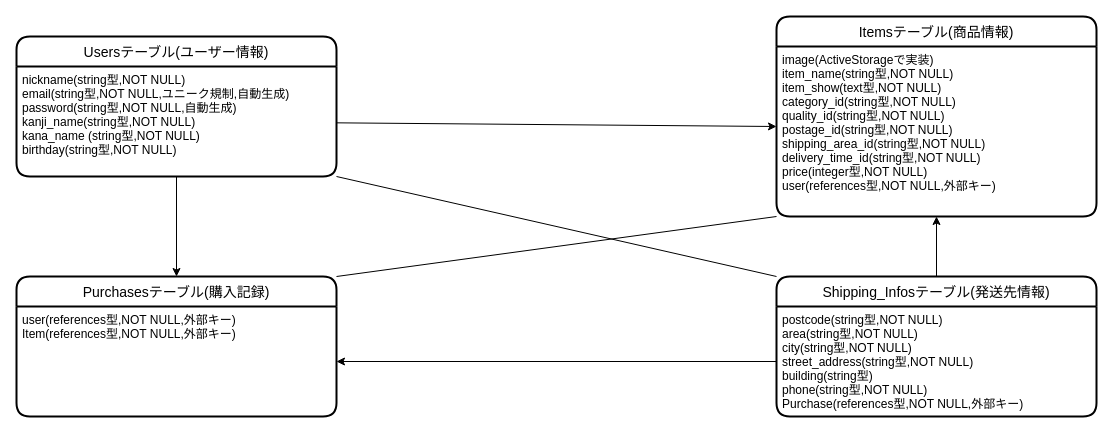
Before: furima-40151.dio in flcamp0217/furima-40151, a draw.io diagram. Source tidied: cells renumbered, new cells numbered last; positions are measured from the earlier drawing's top-left corner, leaving out a move shared by most shapes. Both pictures are drawn from the tidied source at 100%, with x=0, y=0 at pixel (16, 16).
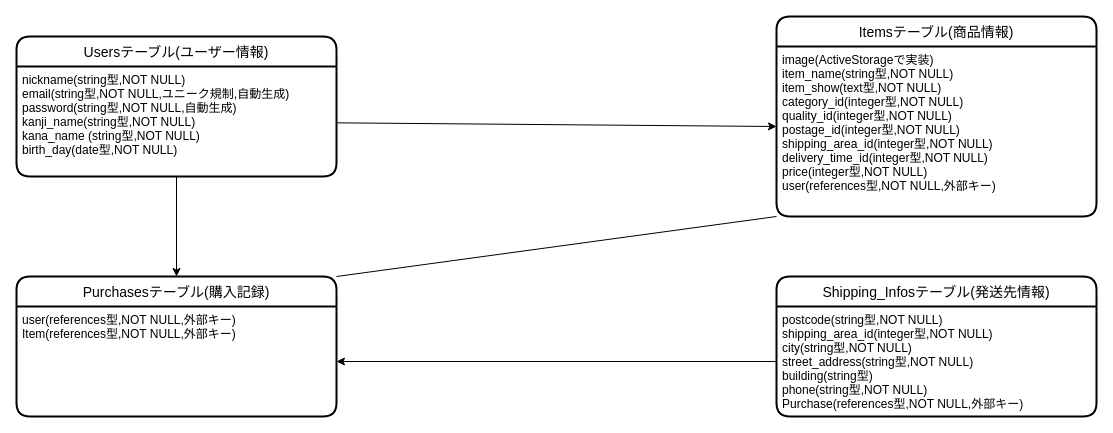
Above is the later version.

Diff of the diagram source:
```diff
@@
 <mxGraphModel>
   <root>
     <mxCell id="0" />
     <mxCell id="1" parent="0" />
     <mxCell id="2" value="Usersテーブル(ユーザー情報)" style="swimlane;horizontal=1;startSize=30;rounded=1;fontSize=14;fontStyle=0;strokeWidth=2;shadow=0;dashed=0;align=center;" parent="1" vertex="1">
       <mxGeometry y="20" width="320" height="140" as="geometry" />
     </mxCell>
-    <mxCell id="3" value="nickname(string型,NOT NULL)&#10;email(string型,NOT NULL,ユニーク規制,自動生成)&#10;password(string型,NOT NULL,自動生成)&#10;kanji_name(string型,NOT NULL)&#10;kana_name (string型,NOT NULL)&#10;birthday(string型,NOT NULL)" style="align=left;strokeColor=none;fillColor=none;spacingLeft=4;fontSize=12;verticalAlign=top;" parent="2" vertex="1">
+    <mxCell id="3" value="nickname(string型,NOT NULL)&#10;email(string型,NOT NULL,ユニーク規制,自動生成)&#10;password(string型,NOT NULL,自動生成)&#10;kanji_name(string型,NOT NULL)&#10;kana_name (string型,NOT NULL)&#10;birth_day(date型,NOT NULL)" style="align=left;strokeColor=none;fillColor=none;spacingLeft=4;fontSize=12;verticalAlign=top;" parent="2" vertex="1">
       <mxGeometry y="30" width="320" height="110" as="geometry" />
     </mxCell>
     <mxCell id="4" value="Itemsテーブル(商品情報)" style="swimlane;horizontal=1;startSize=30;rounded=1;fontSize=14;fontStyle=0;strokeWidth=2;shadow=0;dashed=0;align=center;" parent="1" vertex="1">
       <mxGeometry x="760" width="320" height="200" as="geometry" />
     </mxCell>
-    <mxCell id="5" value="image(ActiveStorageで実装)&#10;item_name(string型,NOT NULL)&#10;item_show(text型,NOT NULL)&#10;category_id(string型,NOT NULL)&#10;quality_id(string型,NOT NULL)&#10;postage_id(string型,NOT NULL)&#10;shipping_area_id(string型,NOT NULL)&#10;delivery_time_id(string型,NOT NULL)&#10;price(integer型,NOT NULL)&#10;user(references型,NOT NULL,外部キー)" style="align=left;strokeColor=none;fillColor=none;spacingLeft=4;fontSize=12;verticalAlign=top;" parent="4" vertex="1">
+    <mxCell id="5" value="image(ActiveStorageで実装)&#10;item_name(string型,NOT NULL)&#10;item_show(text型,NOT NULL)&#10;category_id(integer型,NOT NULL)&#10;quality_id(integer型,NOT NULL)&#10;postage_id(integer型,NOT NULL)&#10;shipping_area_id(integer型,NOT NULL)&#10;delivery_time_id(integer型,NOT NULL)&#10;price(integer型,NOT NULL)&#10;user(references型,NOT NULL,外部キー)" style="align=left;strokeColor=none;fillColor=none;spacingLeft=4;fontSize=12;verticalAlign=top;" parent="4" vertex="1">
       <mxGeometry y="30" width="320" height="170" as="geometry" />
     </mxCell>
     <mxCell id="6" value="Purchasesテーブル(購入記録)" style="swimlane;horizontal=1;startSize=30;rounded=1;fontSize=14;fontStyle=0;strokeWidth=2;shadow=0;dashed=0;align=center;" parent="1" vertex="1">
       <mxGeometry y="260" width="320" height="140" as="geometry" />
     </mxCell>
     <mxCell id="7" value="user(references型,NOT NULL,外部キー)&#10;Item(references型,NOT NULL,外部キー)" style="align=left;strokeColor=none;fillColor=none;spacingLeft=4;fontSize=12;verticalAlign=top;" parent="6" vertex="1">
       <mxGeometry y="30" width="320" height="110" as="geometry" />
     </mxCell>
-    <mxCell id="8" style="edgeStyle=none;html=1;exitX=0;exitY=0;exitDx=0;exitDy=0;entryX=1;entryY=1;entryDx=0;entryDy=0;endArrow=none;endFill=0;" parent="1" edge="1" source="10" target="3">
-      <mxGeometry relative="1" as="geometry" />
-    </mxCell>
-    <mxCell id="9" style="edgeStyle=none;html=1;exitX=0.5;exitY=0;exitDx=0;exitDy=0;entryX=0.5;entryY=1;entryDx=0;entryDy=0;endArrow=classic;endFill=1;" parent="1" edge="1" source="10" target="5">
-      <mxGeometry relative="1" as="geometry" />
-    </mxCell>
     <mxCell id="10" value="Shipping_Infosテーブル(発送先情報)" style="swimlane;horizontal=1;startSize=30;rounded=1;fontSize=14;fontStyle=0;strokeWidth=2;shadow=0;dashed=0;align=center;" parent="1" vertex="1">
       <mxGeometry x="760" y="260" width="320" height="140" as="geometry" />
     </mxCell>
-    <mxCell id="11" value="postcode(string型,NOT NULL)&#10;area(string型,NOT NULL)&#10;city(string型,NOT NULL)&#10;street_address(string型,NOT NULL)&#10;building(string型)&#10;phone(string型,NOT NULL)&#10;Purchase(references型,NOT NULL,外部キー)" style="align=left;strokeColor=none;fillColor=none;spacingLeft=4;fontSize=12;verticalAlign=top;" parent="10" vertex="1">
+    <mxCell id="11" value="postcode(string型,NOT NULL)&#10;shipping_area_id(integer型,NOT NULL)&#10;city(string型,NOT NULL)&#10;street_address(string型,NOT NULL)&#10;building(string型)&#10;phone(string型,NOT NULL)&#10;Purchase(references型,NOT NULL,外部キー)" style="align=left;strokeColor=none;fillColor=none;spacingLeft=4;fontSize=12;verticalAlign=top;" parent="10" vertex="1">
       <mxGeometry y="30" width="320" height="110" as="geometry" />
     </mxCell>
     <mxCell id="12" style="edgeStyle=none;html=1;" parent="1" edge="1" source="3">
       <mxGeometry relative="1" as="geometry">
         <mxPoint x="760" y="110" as="targetPoint" />
       </mxGeometry>
     </mxCell>
     <mxCell id="13" style="edgeStyle=none;html=1;exitX=0.5;exitY=1;exitDx=0;exitDy=0;entryX=0.5;entryY=0;entryDx=0;entryDy=0;" parent="1" edge="1" source="3" target="6">
       <mxGeometry relative="1" as="geometry" />
     </mxCell>
     <mxCell id="14" style="edgeStyle=none;html=1;exitX=0;exitY=1;exitDx=0;exitDy=0;entryX=1;entryY=0;entryDx=0;entryDy=0;endArrow=none;endFill=0;" parent="1" edge="1" source="5" target="6">
       <mxGeometry relative="1" as="geometry" />
     </mxCell>
     <mxCell id="15" style="edgeStyle=none;html=1;exitX=0;exitY=0.5;exitDx=0;exitDy=0;entryX=1;entryY=0.5;entryDx=0;entryDy=0;endArrow=classic;endFill=1;" parent="1" edge="1" source="11" target="7">
       <mxGeometry relative="1" as="geometry" />
     </mxCell>
   </root>
 </mxGraphModel>
```
